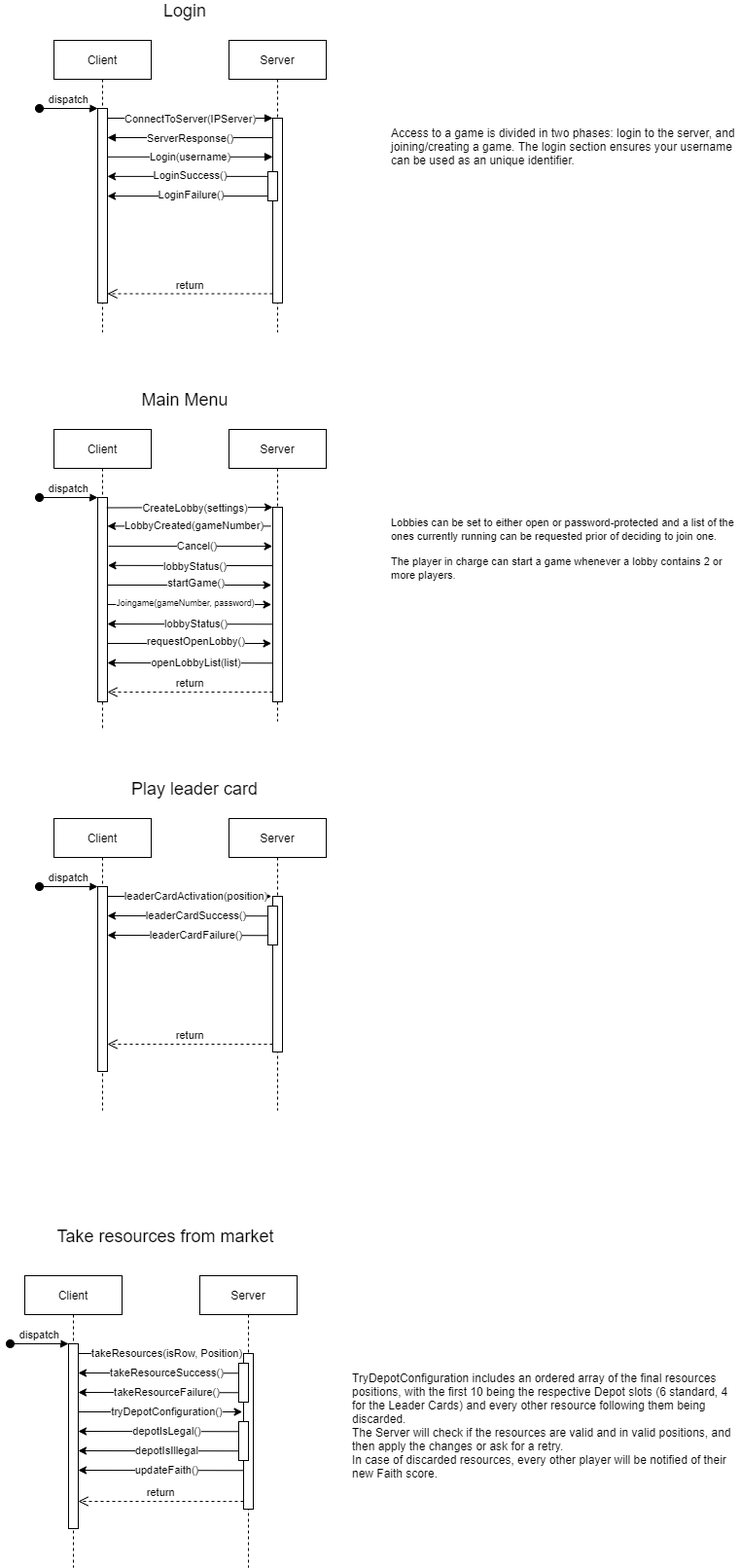
The draw.io diagram deliverables/Sequence Diagram.png in DavideLancini/ing-sw-2021-Lancini-Gilli-Frigerio, before a commit. Source tidied: cells renumbered, new cells last; positions are measured from the earlier drawing's top-left corner, leaving out a move shared by most shapes.
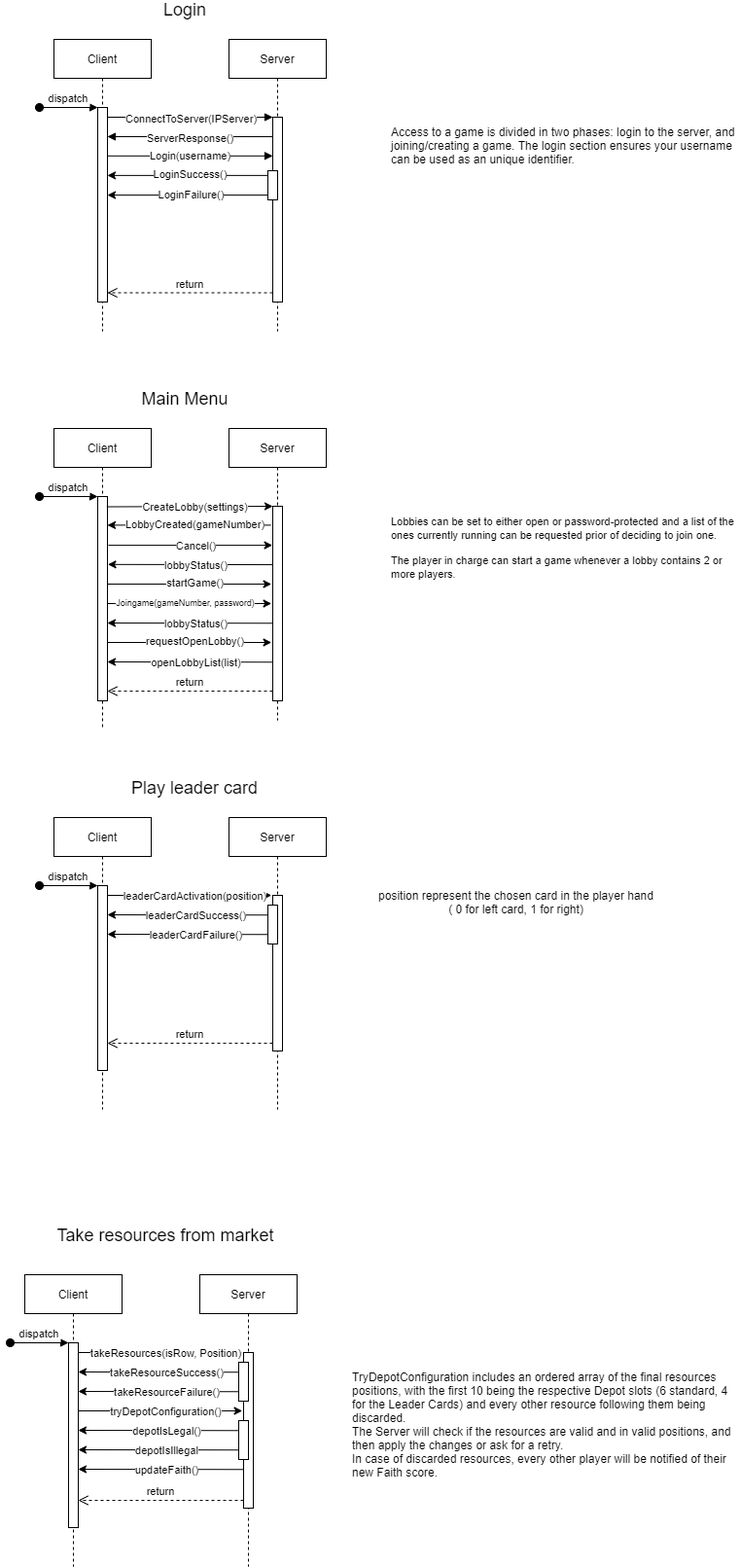
The same file after the commit.

Change to the diagram source:
```diff
@@ -378,5 +378,8 @@
         <mxPoint x="29.1" y="-1" as="offset" />
       </mxGeometry>
     </mxCell>
+    <mxCell id="85" value="position represent the chosen card in the player hand&lt;br&gt;( 0 for left card, 1 for right)" style="text;html=1;align=center;verticalAlign=left;strokeColor=none;" parent="1" vertex="1">
+      <mxGeometry x="370" y="905" width="300" height="30" as="geometry" />
+    </mxCell>
   </root>
 </mxGraphModel>
```
